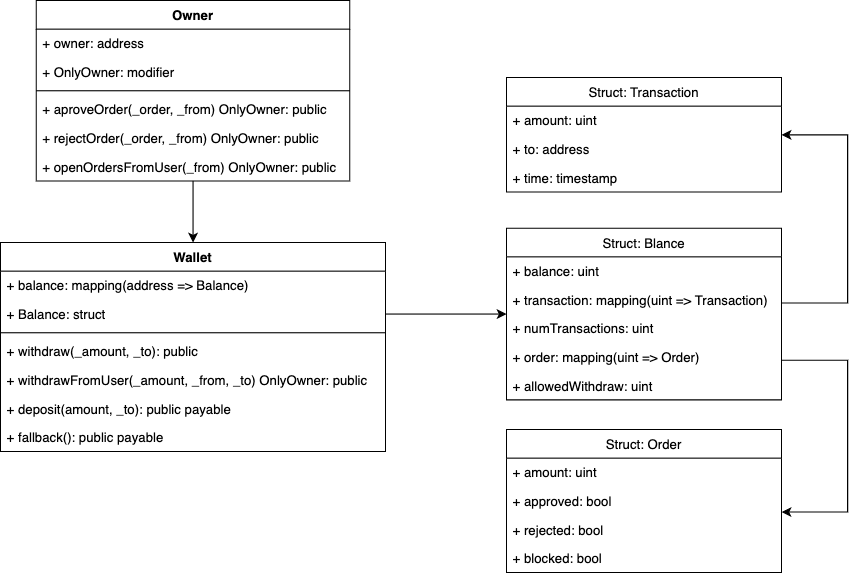
This is diagram.png from pedrocardoz0/wallet-solidity, a draw.io export, as it was before one commit. Source tidied: cells renumbered, new cells last; positions are measured from the earlier drawing's top-left corner, leaving out a move shared by most shapes.
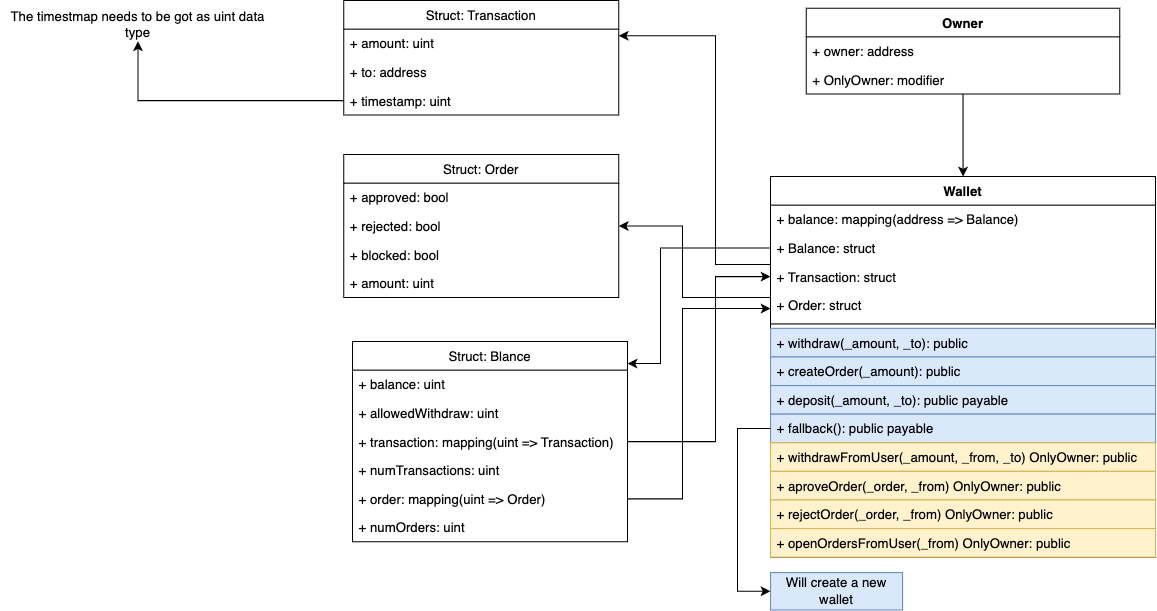
After the commit.

Diff of the diagram source:
```diff
@@ -6,7 +6,7 @@
       <mxGeometry relative="1" as="geometry" />
     </mxCell>
     <mxCell id="3" value="Owner" style="swimlane;fontStyle=1;align=center;verticalAlign=top;horizontal=1;startSize=26;" parent="1" vertex="1">
-      <mxGeometry x="32.5" width="285" height="164" as="geometry" />
+      <mxGeometry x="32.5" y="67" width="285" height="78" as="geometry" />
     </mxCell>
     <mxCell id="4" value="+ owner: address" style="text;strokeColor=none;fillColor=none;align=left;verticalAlign=top;spacingLeft=4;spacingRight=4;overflow=hidden;" parent="3" vertex="1">
       <mxGeometry y="26" width="285" height="26" as="geometry" />
@@ -14,20 +14,8 @@
     <mxCell id="5" value="+ OnlyOwner: modifier" style="text;strokeColor=none;fillColor=none;align=left;verticalAlign=top;spacingLeft=4;spacingRight=4;overflow=hidden;" parent="3" vertex="1">
       <mxGeometry y="52" width="285" height="26" as="geometry" />
     </mxCell>
-    <mxCell id="6" style="line;strokeWidth=1;fillColor=none;align=left;verticalAlign=middle;spacingTop=-1;spacingLeft=3;spacingRight=3;labelPosition=right;" parent="3" vertex="1">
-      <mxGeometry y="78" width="285" height="8" as="geometry" />
-    </mxCell>
-    <mxCell id="7" value="+ aproveOrder(_order, _from) OnlyOwner: public" style="text;strokeColor=none;fillColor=none;align=left;verticalAlign=top;spacingLeft=4;spacingRight=4;overflow=hidden;" parent="3" vertex="1">
-      <mxGeometry y="86" width="285" height="26" as="geometry" />
-    </mxCell>
-    <mxCell id="8" value="+ rejectOrder(_order, _from) OnlyOwner: public " style="text;strokeColor=none;fillColor=none;align=left;verticalAlign=top;spacingLeft=4;spacingRight=4;overflow=hidden;" parent="3" vertex="1">
-      <mxGeometry y="112" width="285" height="26" as="geometry" />
-    </mxCell>
-    <mxCell id="9" value="+ openOrdersFromUser(_from) OnlyOwner: public " style="text;strokeColor=none;fillColor=none;align=left;verticalAlign=top;spacingLeft=4;spacingRight=4;overflow=hidden;" parent="3" vertex="1">
-      <mxGeometry y="138" width="285" height="26" as="geometry" />
-    </mxCell>
     <mxCell id="10" value="Wallet" style="swimlane;fontStyle=1;align=center;verticalAlign=top;horizontal=1;startSize=26;" parent="1" vertex="1">
-      <mxGeometry y="220" width="350" height="190" as="geometry" />
+      <mxGeometry y="220" width="350" height="346" as="geometry" />
     </mxCell>
     <mxCell id="11" value="+ balance: mapping(address =&gt; Balance)" style="text;strokeColor=none;fillColor=none;align=left;verticalAlign=top;spacingLeft=4;spacingRight=4;overflow=hidden;" parent="10" vertex="1">
       <mxGeometry y="26" width="350" height="26" as="geometry" />
@@ -35,44 +23,70 @@
     <mxCell id="12" value="+ Balance: struct" style="text;strokeColor=none;fillColor=none;align=left;verticalAlign=top;spacingLeft=4;spacingRight=4;overflow=hidden;points=[[0,0.5],[1,0.5]];portConstraint=eastwest;" parent="10" vertex="1">
       <mxGeometry y="52" width="350" height="26" as="geometry" />
     </mxCell>
+    <mxCell id="36" value="+ Transaction: struct" style="text;strokeColor=none;fillColor=none;align=left;verticalAlign=top;spacingLeft=4;spacingRight=4;overflow=hidden;points=[[0,0.5],[1,0.5]];portConstraint=eastwest;" parent="10" vertex="1">
+      <mxGeometry y="78" width="350" height="26" as="geometry" />
+    </mxCell>
+    <mxCell id="37" value="+ Order: struct" style="text;strokeColor=none;fillColor=none;align=left;verticalAlign=top;spacingLeft=4;spacingRight=4;overflow=hidden;points=[[0,0.5],[1,0.5]];portConstraint=eastwest;" parent="10" vertex="1">
+      <mxGeometry y="104" width="350" height="26" as="geometry" />
+    </mxCell>
     <mxCell id="13" style="line;strokeWidth=1;fillColor=none;align=left;verticalAlign=middle;spacingTop=-1;spacingLeft=3;spacingRight=3;labelPosition=right;" parent="10" vertex="1">
-      <mxGeometry y="78" width="350" height="8" as="geometry" />
+      <mxGeometry y="130" width="350" height="8" as="geometry" />
     </mxCell>
-    <mxCell id="14" value="+ withdraw(_amount, _to): public" style="text;strokeColor=none;fillColor=none;align=left;verticalAlign=top;spacingLeft=4;spacingRight=4;overflow=hidden;" parent="10" vertex="1">
-      <mxGeometry y="86" width="350" height="26" as="geometry" />
+    <mxCell id="14" value="+ withdraw(_amount, _to): public" style="text;strokeColor=#6c8ebf;fillColor=#dae8fc;align=left;verticalAlign=top;spacingLeft=4;spacingRight=4;overflow=hidden;" parent="10" vertex="1">
+      <mxGeometry y="138" width="350" height="26" as="geometry" />
     </mxCell>
-    <mxCell id="15" value="+ withdrawFromUser(_amount, _from, _to) OnlyOwner: public" style="text;strokeColor=none;fillColor=none;align=left;verticalAlign=top;spacingLeft=4;spacingRight=4;overflow=hidden;" parent="10" vertex="1">
-      <mxGeometry y="112" width="350" height="26" as="geometry" />
+    <mxCell id="15" value="+ createOrder(_amount): public" style="text;strokeColor=#6c8ebf;fillColor=#dae8fc;align=left;verticalAlign=top;spacingLeft=4;spacingRight=4;overflow=hidden;" parent="10" vertex="1">
+      <mxGeometry y="164" width="350" height="26" as="geometry" />
     </mxCell>
-    <mxCell id="16" value="+ deposit(amount, _to): public payable" style="text;strokeColor=none;fillColor=none;align=left;verticalAlign=top;spacingLeft=4;spacingRight=4;overflow=hidden;" parent="10" vertex="1">
-      <mxGeometry y="138" width="350" height="26" as="geometry" />
+    <mxCell id="16" value="+ deposit(_amount, _to): public payable" style="text;strokeColor=#6c8ebf;fillColor=#dae8fc;align=left;verticalAlign=top;spacingLeft=4;spacingRight=4;overflow=hidden;" parent="10" vertex="1">
+      <mxGeometry y="190" width="350" height="26" as="geometry" />
     </mxCell>
-    <mxCell id="17" value="+ fallback(): public payable" style="text;strokeColor=none;fillColor=none;align=left;verticalAlign=top;spacingLeft=4;spacingRight=4;overflow=hidden;points=[[0,0.5],[1,0.5]];portConstraint=eastwest;" parent="10" vertex="1">
-      <mxGeometry y="164" width="350" height="26" as="geometry" />
+    <mxCell id="17" value="+ fallback(): public payable" style="text;strokeColor=#6c8ebf;fillColor=#dae8fc;align=left;verticalAlign=top;spacingLeft=4;spacingRight=4;overflow=hidden;points=[[0,0.5],[1,0.5]];portConstraint=eastwest;" parent="10" vertex="1">
+      <mxGeometry y="216" width="350" height="26" as="geometry" />
     </mxCell>
+    <mxCell id="38" value="+ withdrawFromUser(_amount, _from, _to) OnlyOwner: public" style="text;strokeColor=#d6b656;fillColor=#fff2cc;align=left;verticalAlign=top;spacingLeft=4;spacingRight=4;overflow=hidden;" parent="10" vertex="1">
+      <mxGeometry y="242" width="350" height="26" as="geometry" />
+    </mxCell>
+    <mxCell id="7" value="+ aproveOrder(_order, _from) OnlyOwner: public" style="text;strokeColor=#d6b656;fillColor=#fff2cc;align=left;verticalAlign=top;spacingLeft=4;spacingRight=4;overflow=hidden;" parent="10" vertex="1">
+      <mxGeometry y="268" width="350" height="26" as="geometry" />
+    </mxCell>
+    <mxCell id="8" value="+ rejectOrder(_order, _from) OnlyOwner: public " style="text;strokeColor=#d6b656;fillColor=#fff2cc;align=left;verticalAlign=top;spacingLeft=4;spacingRight=4;overflow=hidden;" parent="10" vertex="1">
+      <mxGeometry y="294" width="350" height="26" as="geometry" />
+    </mxCell>
+    <mxCell id="9" value="+ openOrdersFromUser(_from) OnlyOwner: public " style="text;strokeColor=#d6b656;fillColor=#fff2cc;align=left;verticalAlign=top;spacingLeft=4;spacingRight=4;overflow=hidden;" parent="10" vertex="1">
+      <mxGeometry y="320" width="350" height="26" as="geometry" />
+    </mxCell>
     <mxCell id="18" value="Struct: Blance" style="swimlane;fontStyle=0;horizontal=1;startSize=26;fillColor=none;" parent="1" vertex="1">
-      <mxGeometry x="460" y="207" width="250" height="156" as="geometry" />
+      <mxGeometry x="-380" y="370" width="250" height="182" as="geometry" />
     </mxCell>
     <mxCell id="19" value="+ balance: uint" style="text;strokeColor=none;fillColor=none;align=left;verticalAlign=top;spacingLeft=4;spacingRight=4;overflow=hidden;" parent="18" vertex="1">
       <mxGeometry y="26" width="250" height="26" as="geometry" />
     </mxCell>
+    <mxCell id="23" value="+ allowedWithdraw: uint" style="text;strokeColor=none;fillColor=none;align=left;verticalAlign=top;spacingLeft=4;spacingRight=4;overflow=hidden;" parent="18" vertex="1">
+      <mxGeometry y="52" width="250" height="26" as="geometry" />
+    </mxCell>
     <mxCell id="20" value="+ transaction: mapping(uint =&gt; Transaction)" style="text;strokeColor=none;fillColor=none;align=left;verticalAlign=top;spacingLeft=4;spacingRight=4;overflow=hidden;points=[[0,0.5],[1,0.5]];portConstraint=eastwest;" parent="18" vertex="1">
-      <mxGeometry y="52" width="250" height="26" as="geometry" />
+      <mxGeometry y="78" width="250" height="26" as="geometry" />
     </mxCell>
     <mxCell id="21" value="+ numTransactions: uint" style="text;strokeColor=none;fillColor=none;align=left;verticalAlign=top;spacingLeft=4;spacingRight=4;overflow=hidden;" parent="18" vertex="1">
-      <mxGeometry y="78" width="250" height="26" as="geometry" />
+      <mxGeometry y="104" width="250" height="26" as="geometry" />
     </mxCell>
     <mxCell id="22" value="+ order: mapping(uint =&gt; Order)" style="text;strokeColor=none;fillColor=none;align=left;verticalAlign=top;spacingLeft=4;spacingRight=4;overflow=hidden;points=[[0,0.5],[1,0.5]];portConstraint=eastwest;" parent="18" vertex="1">
-      <mxGeometry y="104" width="250" height="26" as="geometry" />
+      <mxGeometry y="130" width="250" height="26" as="geometry" />
     </mxCell>
-    <mxCell id="23" value="+ allowedWithdraw: uint" style="text;strokeColor=none;fillColor=none;align=left;verticalAlign=top;spacingLeft=4;spacingRight=4;overflow=hidden;" parent="18" vertex="1">
-      <mxGeometry y="130" width="250" height="26" as="geometry" />
-    </mxCell>
+    <mxCell id="39" value="+ numOrders: uint" style="text;strokeColor=none;fillColor=none;align=left;verticalAlign=top;spacingLeft=4;spacingRight=4;overflow=hidden;" parent="18" vertex="1">
+      <mxGeometry y="156" width="250" height="26" as="geometry" />
+    </mxCell>
     <mxCell id="24" style="edgeStyle=orthogonalEdgeStyle;rounded=0;jettySize=auto;html=1;" parent="1" edge="1" source="12" target="18">
-      <mxGeometry relative="1" as="geometry" />
+      <mxGeometry relative="1" as="geometry">
+        <Array as="points">
+          <mxPoint x="-100" y="285" />
+          <mxPoint x="-100" y="390" />
+        </Array>
+      </mxGeometry>
     </mxCell>
     <mxCell id="25" value="Struct: Transaction" style="swimlane;fontStyle=0;horizontal=1;startSize=26;fillColor=none;" parent="1" vertex="1">
-      <mxGeometry x="460" y="70" width="250" height="104" as="geometry" />
+      <mxGeometry x="-388" y="60" width="250" height="104" as="geometry" />
     </mxCell>
     <mxCell id="26" value="+ amount: uint" style="text;strokeColor=none;fillColor=none;align=left;verticalAlign=top;spacingLeft=4;spacingRight=4;overflow=hidden;" parent="25" vertex="1">
       <mxGeometry y="26" width="250" height="26" as="geometry" />
@@ -80,39 +94,72 @@
     <mxCell id="27" value="+ to: address" style="text;strokeColor=none;fillColor=none;align=left;verticalAlign=top;spacingLeft=4;spacingRight=4;overflow=hidden;" parent="25" vertex="1">
       <mxGeometry y="52" width="250" height="26" as="geometry" />
     </mxCell>
-    <mxCell id="28" value="+ time: timestamp" style="text;strokeColor=none;fillColor=none;align=left;verticalAlign=top;spacingLeft=4;spacingRight=4;overflow=hidden;points=[[0,0.5],[1,0.5]];portConstraint=eastwest;" parent="25" vertex="1">
+    <mxCell id="28" value="+ timestamp: uint" style="text;strokeColor=none;fillColor=none;align=left;verticalAlign=top;spacingLeft=4;spacingRight=4;overflow=hidden;points=[[0,0.5],[1,0.5]];portConstraint=eastwest;" parent="25" vertex="1">
       <mxGeometry y="78" width="250" height="26" as="geometry" />
     </mxCell>
-    <mxCell id="29" style="edgeStyle=orthogonalEdgeStyle;rounded=0;jettySize=auto;html=1;" parent="1" edge="1" source="20" target="25">
-      <mxGeometry relative="1" as="geometry">
-        <Array as="points">
-          <mxPoint x="770" y="275" />
-          <mxPoint x="770" y="122" />
-        </Array>
-      </mxGeometry>
-    </mxCell>
     <mxCell id="30" value="Struct: Order" style="swimlane;fontStyle=0;horizontal=1;startSize=26;fillColor=none;" parent="1" vertex="1">
-      <mxGeometry x="460" y="390" width="250" height="130" as="geometry" />
+      <mxGeometry x="-388" y="200" width="250" height="130" as="geometry" />
     </mxCell>
-    <mxCell id="31" value="+ amount: uint" style="text;strokeColor=none;fillColor=none;align=left;verticalAlign=top;spacingLeft=4;spacingRight=4;overflow=hidden;" parent="30" vertex="1">
-      <mxGeometry y="26" width="250" height="26" as="geometry" />
-    </mxCell>
     <mxCell id="32" value="+ approved: bool" style="text;strokeColor=none;fillColor=none;align=left;verticalAlign=top;spacingLeft=4;spacingRight=4;overflow=hidden;" parent="30" vertex="1">
-      <mxGeometry y="52" width="250" height="26" as="geometry" />
+      <mxGeometry y="26" width="250" height="26" as="geometry" />
     </mxCell>
     <mxCell id="33" value="+ rejected: bool" style="text;strokeColor=none;fillColor=none;align=left;verticalAlign=top;spacingLeft=4;spacingRight=4;overflow=hidden;" parent="30" vertex="1">
-      <mxGeometry y="78" width="250" height="26" as="geometry" />
+      <mxGeometry y="52" width="250" height="26" as="geometry" />
     </mxCell>
     <mxCell id="34" value="+ blocked: bool" style="text;strokeColor=none;fillColor=none;align=left;verticalAlign=top;spacingLeft=4;spacingRight=4;overflow=hidden;" parent="30" vertex="1">
-      <mxGeometry y="104" width="250" height="26" as="geometry" />
+      <mxGeometry y="78" width="250" height="26" as="geometry" />
     </mxCell>
-    <mxCell id="35" style="edgeStyle=orthogonalEdgeStyle;rounded=0;jettySize=auto;html=1;" parent="1" edge="1" source="22" target="30">
-      <mxGeometry relative="1" as="geometry">
-        <Array as="points">
-          <mxPoint x="770" y="327" />
-          <mxPoint x="770" y="465" />
-        </Array>
-      </mxGeometry>
-    </mxCell>
+    <mxCell id="31" value="+ amount: uint" style="text;strokeColor=none;fillColor=none;align=left;verticalAlign=top;spacingLeft=4;spacingRight=4;overflow=hidden;" parent="30" vertex="1">
+      <mxGeometry y="104" width="250" height="26" as="geometry" />
+    </mxCell>
+    <mxCell id="40" value="Will create a new wallet" style="rounded=0;whiteSpace=wrap;html=1;fillColor=#dae8fc;strokeColor=#6c8ebf;" parent="1" vertex="1">
+      <mxGeometry y="580" width="120" height="34" as="geometry" />
+    </mxCell>
+    <mxCell id="41" style="edgeStyle=orthogonalEdgeStyle;rounded=0;jettySize=auto;html=1;" parent="1" edge="1" source="17" target="40">
+      <mxGeometry relative="1" as="geometry">
+        <Array as="points">
+          <mxPoint x="-30" y="449" />
+          <mxPoint x="-30" y="597" />
+        </Array>
+      </mxGeometry>
+    </mxCell>
+    <mxCell id="42" value="The timestmap needs to be got as uint data type" style="text;html=1;strokeColor=none;fillColor=none;align=center;verticalAlign=middle;whiteSpace=wrap;rounded=0;" parent="1" vertex="1">
+      <mxGeometry x="-700" y="67" width="250" height="30" as="geometry" />
+    </mxCell>
+    <mxCell id="43" style="edgeStyle=orthogonalEdgeStyle;rounded=0;jettySize=auto;html=1;" parent="1" edge="1" source="28" target="42">
+      <mxGeometry relative="1" as="geometry" />
+    </mxCell>
+    <mxCell id="44" style="edgeStyle=orthogonalEdgeStyle;rounded=0;jettySize=auto;html=1;" parent="1" edge="1" source="22" target="37">
+      <mxGeometry relative="1" as="geometry">
+        <Array as="points">
+          <mxPoint x="-80" y="513" />
+          <mxPoint x="-80" y="340" />
+        </Array>
+      </mxGeometry>
+    </mxCell>
+    <mxCell id="45" style="edgeStyle=orthogonalEdgeStyle;rounded=0;jettySize=auto;html=1;" parent="1" edge="1" source="37" target="30">
+      <mxGeometry relative="1" as="geometry">
+        <Array as="points">
+          <mxPoint x="-80" y="330" />
+          <mxPoint x="-80" y="265" />
+        </Array>
+      </mxGeometry>
+    </mxCell>
+    <mxCell id="46" style="edgeStyle=orthogonalEdgeStyle;rounded=0;jettySize=auto;html=1;" parent="1" edge="1" source="36" target="25">
+      <mxGeometry relative="1" as="geometry">
+        <Array as="points">
+          <mxPoint x="-50" y="300" />
+          <mxPoint x="-50" y="92" />
+        </Array>
+      </mxGeometry>
+    </mxCell>
+    <mxCell id="47" style="edgeStyle=orthogonalEdgeStyle;rounded=0;jettySize=auto;html=1;" parent="1" edge="1" source="20" target="36">
+      <mxGeometry relative="1" as="geometry">
+        <Array as="points">
+          <mxPoint x="-50" y="461" />
+          <mxPoint x="-50" y="311" />
+        </Array>
+      </mxGeometry>
+    </mxCell>
   </root>
 </mxGraphModel>
```
